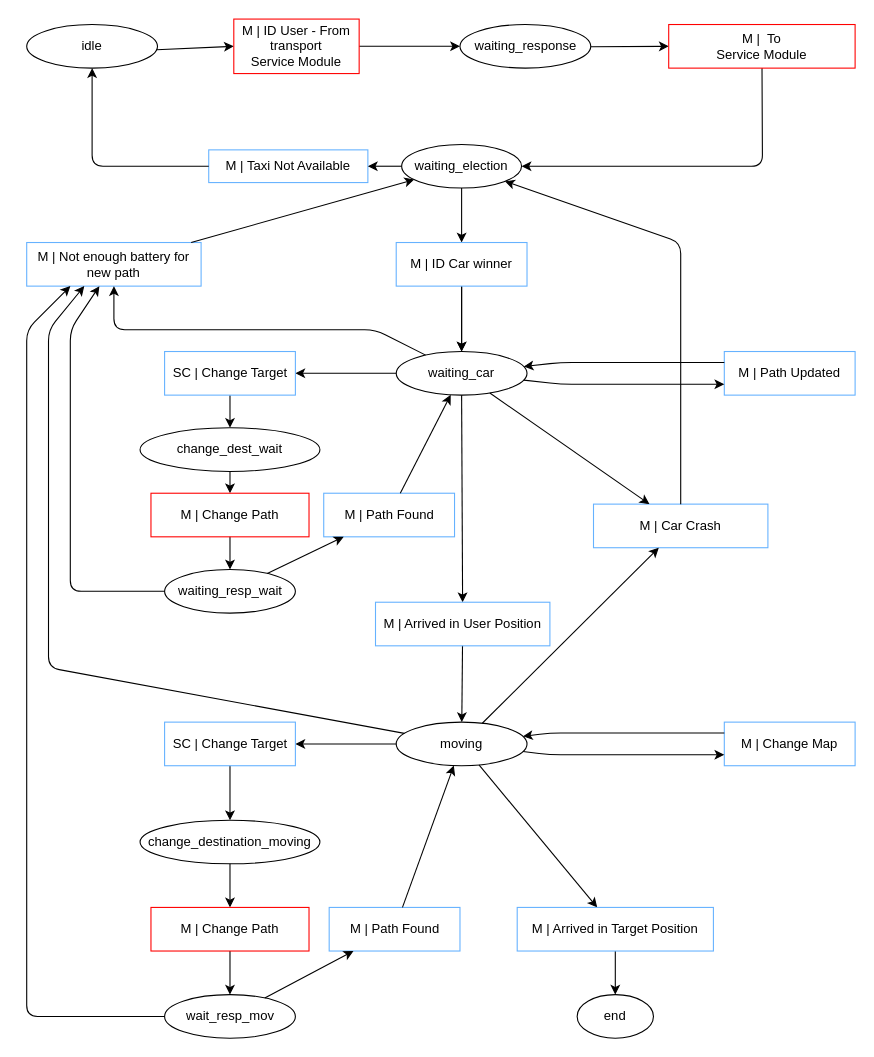
Earlier version of the draw.io diagram relazione/automa utente.drawio (kraots94/Sistemi). Source tidied: cells renumbered, new cells numbered last; positions are measured from the earlier drawing's top-left corner, leaving out a move shared by most shapes. Both pictures are drawn from the tidied source at 109%, with x=0, y=0 at pixel (26, 19).
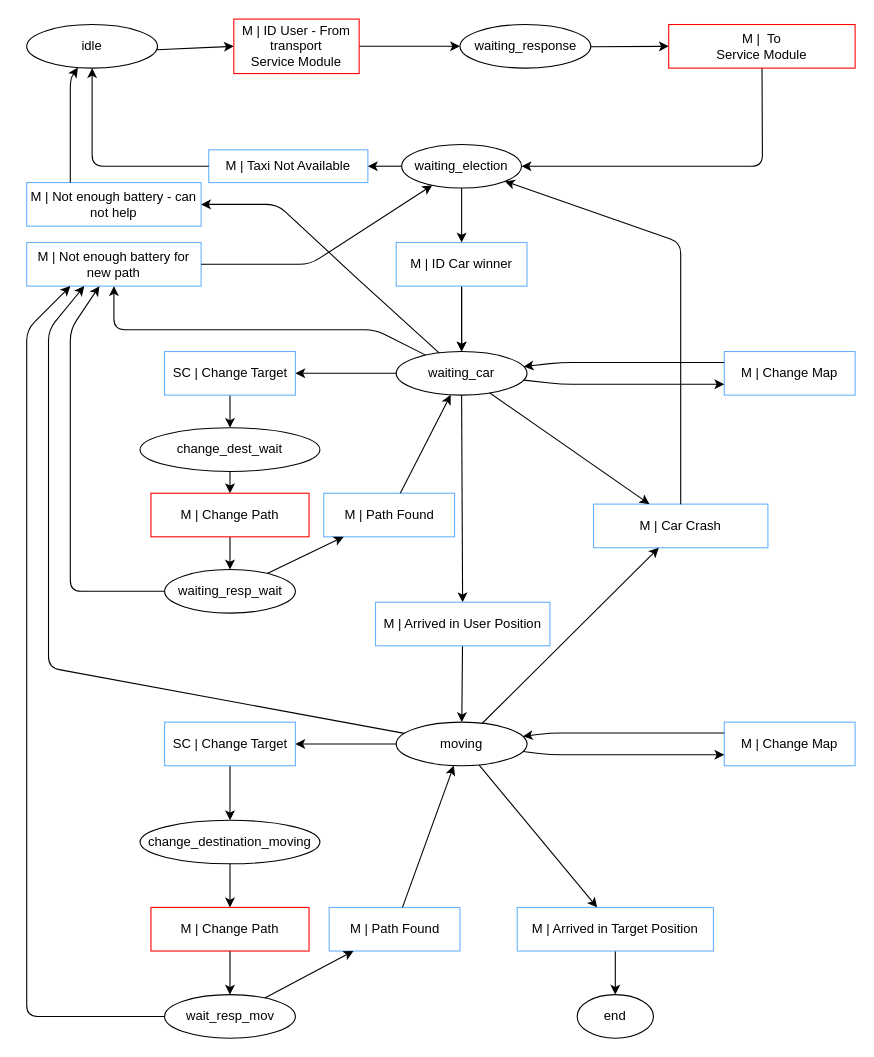
Above is the later version.

The change refers to these unchanged cells:
```xml
<mxCell id="2" value="idle" style="ellipse;whiteSpace=wrap;html=1;" parent="1" vertex="1">
  <mxGeometry y="5" width="120" height="40" as="geometry" />
</mxCell>
<mxCell id="8" value="waiting_election" style="ellipse;whiteSpace=wrap;html=1;" parent="1" vertex="1">
  <mxGeometry x="344" y="115" width="110" height="40" as="geometry" />
</mxCell>
<mxCell id="9" value="waiting_car" style="ellipse;whiteSpace=wrap;html=1;" parent="1" vertex="1">
  <mxGeometry x="339" y="305" width="120" height="40" as="geometry" />
</mxCell>
<mxCell id="39" value="M | Not enough battery for new path" style="rounded=0;whiteSpace=wrap;html=1;strokeColor=#66B2FF;fillColor=none;" parent="1" vertex="1">
  <mxGeometry y="205" width="160" height="40" as="geometry" />
</mxCell>
```

Change to the diagram source:
```diff
@@
-    <mxCell id="48" value="M | Path Updated" style="rounded=0;whiteSpace=wrap;html=1;strokeColor=#66B2FF;fillColor=none;" parent="1" vertex="1">
+    <mxCell id="48" value="M | Change Map" style="rounded=0;whiteSpace=wrap;html=1;strokeColor=#66B2FF;fillColor=none;" parent="1" vertex="1">
       <mxGeometry x="640" y="305" width="120" height="40" as="geometry" />
     </mxCell>
@@
-    <mxCell id="52" style="endArrow=classic;html=1;" parent="1" edge="1" source="39" target="8">
-      <mxGeometry relative="1" as="geometry" />
-    </mxCell>
@@
+    <mxCell id="52" style="endArrow=classic;html=1;" parent="1" edge="1" source="39" target="8">
+      <mxGeometry relative="1" as="geometry">
+        <Array as="points">
+          <mxPoint x="260" y="225" />
+        </Array>
+      </mxGeometry>
+    </mxCell>
+    <mxCell id="65" value="M | Not enough battery - can not help" style="rounded=0;whiteSpace=wrap;html=1;strokeColor=#66B2FF;fillColor=none;" parent="1" vertex="1">
+      <mxGeometry y="150" width="160" height="40" as="geometry" />
+    </mxCell>
+    <mxCell id="66" style="endArrow=classic;html=1;exitX=0.25;exitY=0;exitDx=0;exitDy=0;" parent="1" edge="1" source="65" target="2">
+      <mxGeometry relative="1" as="geometry">
+        <Array as="points">
+          <mxPoint x="40" y="55" />
+        </Array>
+      </mxGeometry>
+    </mxCell>
+    <mxCell id="67" style="endArrow=classic;html=1;" parent="1" edge="1" source="9" target="65">
+      <mxGeometry relative="1" as="geometry">
+        <Array as="points">
+          <mxPoint x="300" y="235" />
+          <mxPoint x="230" y="170" />
+        </Array>
+      </mxGeometry>
+    </mxCell>
```
